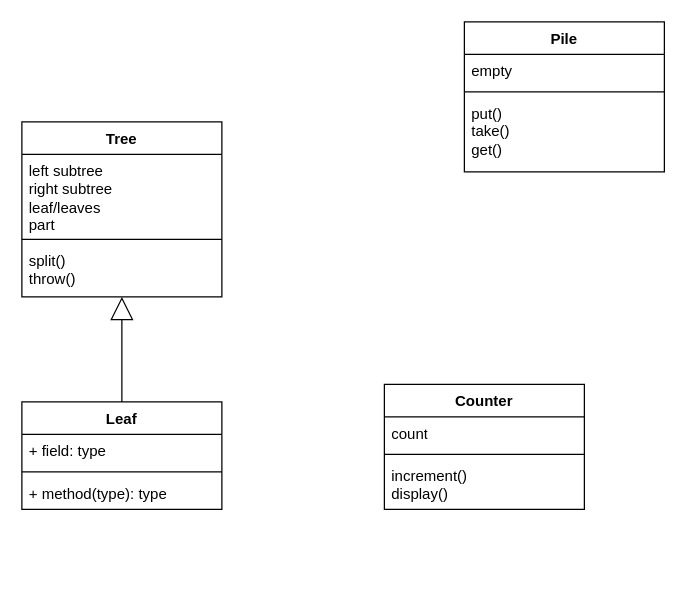
This is tree.drawio from blunik/Architecture, a draw.io file, before an edit. Source tidied: cells renumbered, new cells numbered last; positions are measured from the earlier drawing's top-left corner, leaving out a move shared by most shapes. Both pictures are drawn from the tidied source at 125%, with x=0, y=0 at pixel (21, 21).
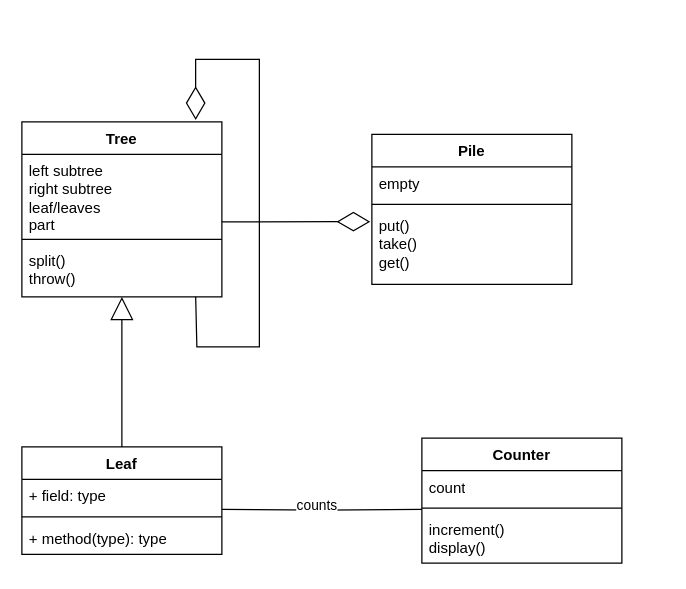
The same page after the edit.

The change refers to these unchanged cells:
```xml
<mxCell id="4" style="line;strokeWidth=1;fillColor=none;align=left;verticalAlign=middle;spacingTop=-1;spacingLeft=3;spacingRight=3;labelPosition=right;points=[];portConstraint=eastwest;strokeColor=inherit;" parent="2" vertex="1">
  <mxGeometry y="52" width="160" height="8" as="geometry" />
</mxCell>
<mxCell id="10" value="Tree" style="swimlane;fontStyle=1;align=center;verticalAlign=top;horizontal=1;startSize=26;whiteSpace=wrap;html=1;" parent="1" vertex="1">
  <mxGeometry y="80" width="160" height="140" as="geometry" />
</mxCell>
<mxCell id="13" value="&lt;div&gt;split()&lt;/div&gt;&lt;div&gt;throw()&lt;br&gt;&lt;/div&gt;" style="text;strokeColor=none;fillColor=none;align=left;verticalAlign=top;spacingLeft=4;spacingRight=4;overflow=hidden;points=[[0,0.5],[1,0.5]];portConstraint=eastwest;whiteSpace=wrap;html=1;" parent="10" vertex="1">
  <mxGeometry y="98" width="160" height="42" as="geometry" />
</mxCell>
<mxCell id="17" value="&lt;div&gt;put()&lt;/div&gt;&lt;div&gt;take()&lt;/div&gt;&lt;div&gt;get()&lt;br&gt;&lt;/div&gt;" style="text;strokeColor=none;fillColor=none;align=left;verticalAlign=top;spacingLeft=4;spacingRight=4;overflow=hidden;points=[[0,0.5],[1,0.5]];portConstraint=eastwest;whiteSpace=wrap;html=1;" parent="14" vertex="1">
  <mxGeometry y="60" width="160" height="60" as="geometry" />
</mxCell>
```

Diff of the diagram source:
```diff
@@
     <mxCell id="2" value="Counter" style="swimlane;fontStyle=1;align=center;verticalAlign=top;horizontal=1;startSize=26;whiteSpace=wrap;html=1;" parent="1" vertex="1">
-      <mxGeometry x="290" y="290" width="160" height="100" as="geometry" />
+      <mxGeometry x="320" y="333" width="160" height="100" as="geometry" />
     </mxCell>
@@
     <mxCell id="6" value="Leaf" style="swimlane;fontStyle=1;align=center;verticalAlign=top;horizontal=1;startSize=26;whiteSpace=wrap;html=1;" parent="1" vertex="1">
-      <mxGeometry y="304" width="160" height="86" as="geometry" />
+      <mxGeometry y="340" width="160" height="86" as="geometry" />
     </mxCell>
@@
+    <mxCell id="19" style="endArrow=diamondThin;endFill=0;endSize=24;html=1;rounded=0;exitX=0.869;exitY=0.996;exitDx=0;exitDy=0;exitPerimeter=0;entryX=0.869;entryY=-0.011;entryDx=0;entryDy=0;entryPerimeter=0;" parent="10" edge="1" source="13" target="10">
+      <mxGeometry relative="1" as="geometry">
+        <Array as="points">
+          <mxPoint x="140" y="180" />
+          <mxPoint x="190" y="180" />
+          <mxPoint x="190" y="-50" />
+          <mxPoint x="170" y="-50" />
+          <mxPoint x="139" y="-50" />
+        </Array>
+      </mxGeometry>
+    </mxCell>
     <mxCell id="14" value="Pile" style="swimlane;fontStyle=1;align=center;verticalAlign=top;horizontal=1;startSize=26;whiteSpace=wrap;html=1;" parent="1" vertex="1">
-      <mxGeometry x="354" width="160" height="120" as="geometry" />
+      <mxGeometry x="280" y="90" width="160" height="120" as="geometry" />
     </mxCell>
@@
+    <mxCell id="20" style="endArrow=diamondThin;endFill=0;endSize=24;html=1;rounded=0;entryX=-0.008;entryY=0.164;entryDx=0;entryDy=0;entryPerimeter=0;" parent="1" edge="1" target="17">
+      <mxGeometry relative="1" as="geometry">
+        <mxPoint x="160" y="160" as="sourcePoint" />
+      </mxGeometry>
+    </mxCell>
+    <mxCell id="21" style="endArrow=none;html=1;edgeStyle=orthogonalEdgeStyle;rounded=0;entryX=0;entryY=0.625;entryDx=0;entryDy=0;entryPerimeter=0;" parent="1" edge="1" target="4">
+      <mxGeometry relative="1" as="geometry">
+        <mxPoint x="160" y="390" as="sourcePoint" />
+      </mxGeometry>
+    </mxCell>
+    <mxCell id="22" value="counts" style="edgeLabel;html=1;align=center;verticalAlign=middle;" parent="21" vertex="1">
+      <mxGeometry x="-0.06" y="4" relative="1" as="geometry" />
+    </mxCell>
```
